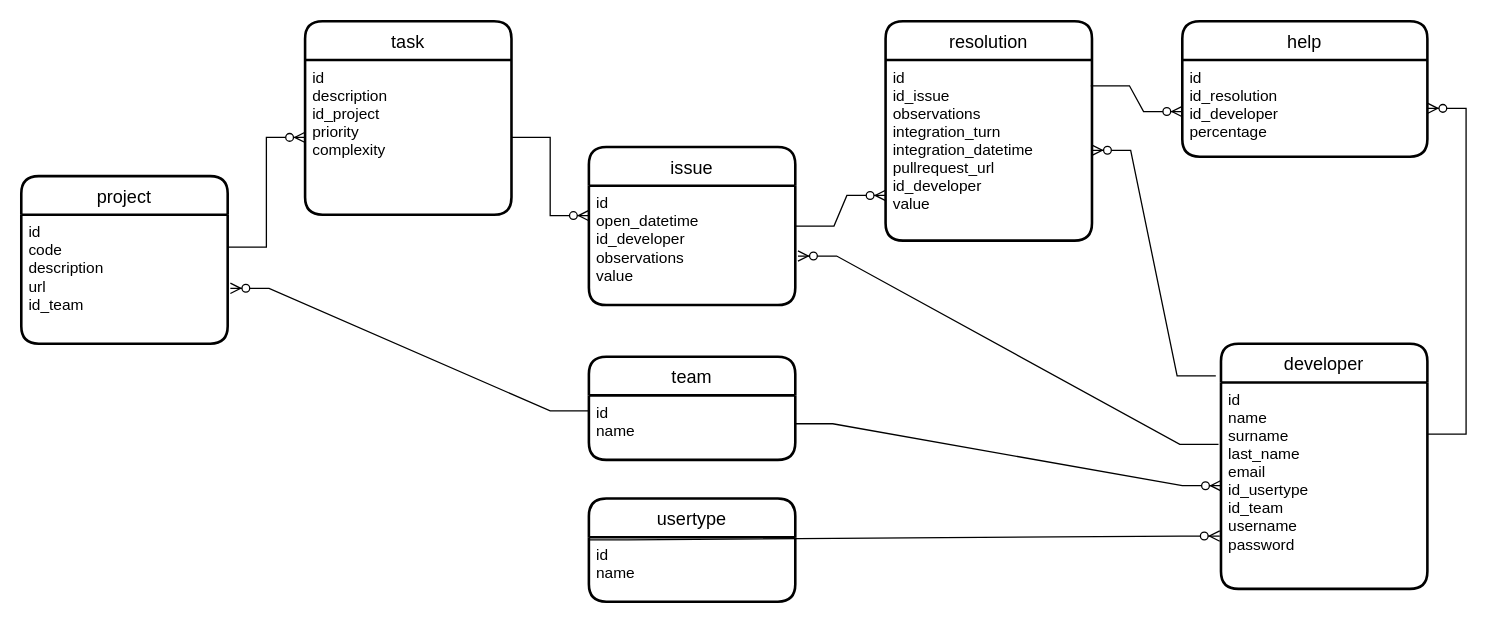
Before: docs/andamio.drawio in ximosoler/andamioServer, a draw.io diagram. Source tidied: cells renumbered, new cells numbered last; positions are measured from the earlier drawing's top-left corner, leaving out a move shared by most shapes. Both pictures are drawn from the tidied source at 129%, with x=0, y=0 at pixel (21, 21).
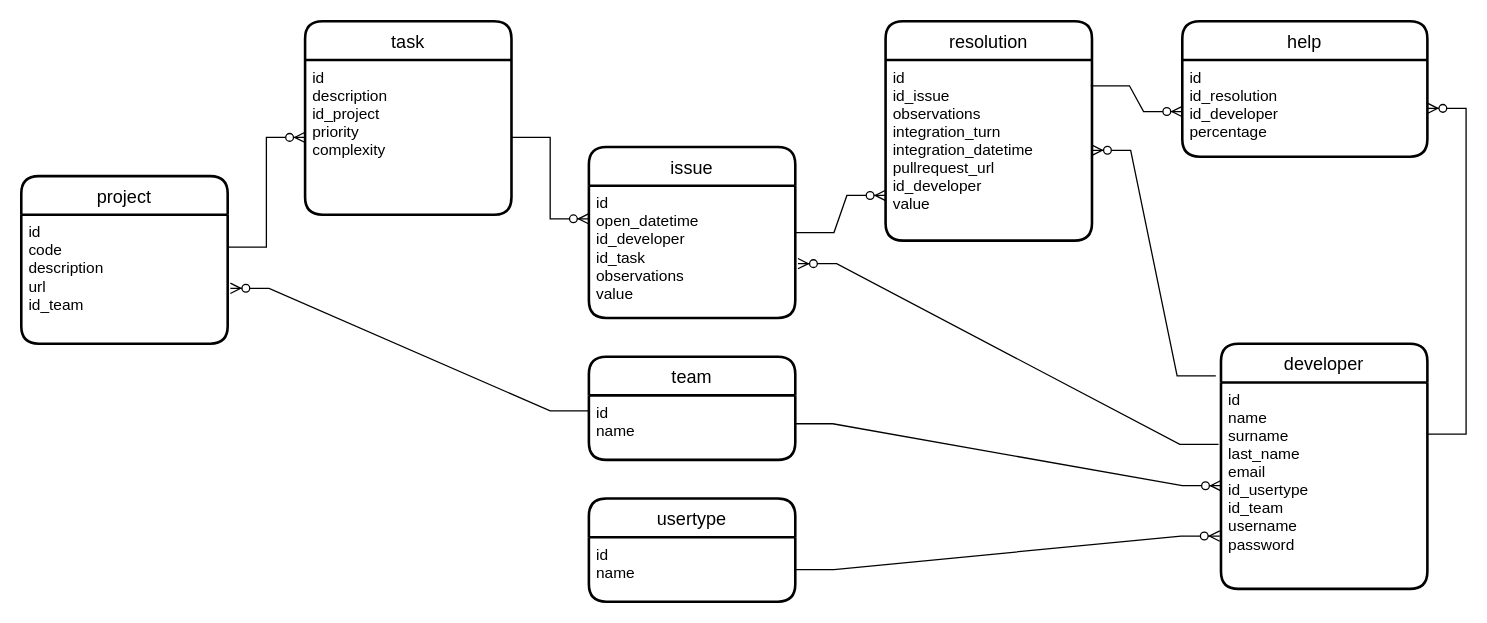
The same page after the edit.

The change refers to these unchanged cells:
```xml
<mxCell id="9" value="id&#10;name&#10;surname&#10;last_name&#10;email&#10;id_usertype&#10;id_team&#10;username&#10;password" style="align=left;strokeColor=none;fillColor=none;spacingLeft=4;fontSize=12;verticalAlign=top;" parent="8" vertex="1">
  <mxGeometry y="30" width="160" height="160" as="geometry" />
</mxCell>
<mxCell id="22" value="id&#10;name" style="align=left;strokeColor=none;fillColor=none;spacingLeft=4;fontSize=12;verticalAlign=top;" parent="21" vertex="1">
  <mxGeometry y="30" width="160" height="50" as="geometry" />
</mxCell>
```

Change to the diagram source:
```diff
@@
     <mxCell id="11" value="issue" style="swimlane;horizontal=1;startSize=30;rounded=1;fontSize=14;fontStyle=0;strokeWidth=2;shadow=0;dashed=0;align=center;" parent="1" vertex="1">
-      <mxGeometry x="440" y="97.5" width="160" height="122.5" as="geometry" />
+      <mxGeometry x="440" y="97.5" width="160" height="132.5" as="geometry" />
     </mxCell>
-    <mxCell id="12" value="id&#10;open_datetime&#10;id_developer&#10;observations&#10;value" style="align=left;strokeColor=none;fillColor=none;spacingLeft=4;fontSize=12;verticalAlign=top;" parent="11" vertex="1">
-      <mxGeometry y="30" width="160" height="92.5" as="geometry" />
+    <mxCell id="12" value="id&#10;open_datetime&#10;id_developer&#10;id_task&#10;observations&#10;value" style="align=left;strokeColor=none;fillColor=none;spacingLeft=4;fontSize=12;verticalAlign=top;" parent="11" vertex="1">
+      <mxGeometry y="30" width="160" height="102.5" as="geometry" />
     </mxCell>
@@
-    <mxCell id="26" style="edgeStyle=entityRelationEdgeStyle;fontSize=12;html=1;endArrow=ERzeroToMany;endFill=1;rounded=0;exitX=0;exitY=0.04;exitDx=0;exitDy=0;exitPerimeter=0;entryX=-0.006;entryY=0.744;entryDx=0;entryDy=0;entryPerimeter=0;" parent="1" edge="1" source="22" target="9">
+    <mxCell id="26" style="edgeStyle=entityRelationEdgeStyle;fontSize=12;html=1;endArrow=ERzeroToMany;endFill=1;rounded=0;entryX=-0.006;entryY=0.744;entryDx=0;entryDy=0;entryPerimeter=0;" parent="1" edge="1" source="22" target="9">
       <mxGeometry relative="1" as="geometry" />
     </mxCell>
```
